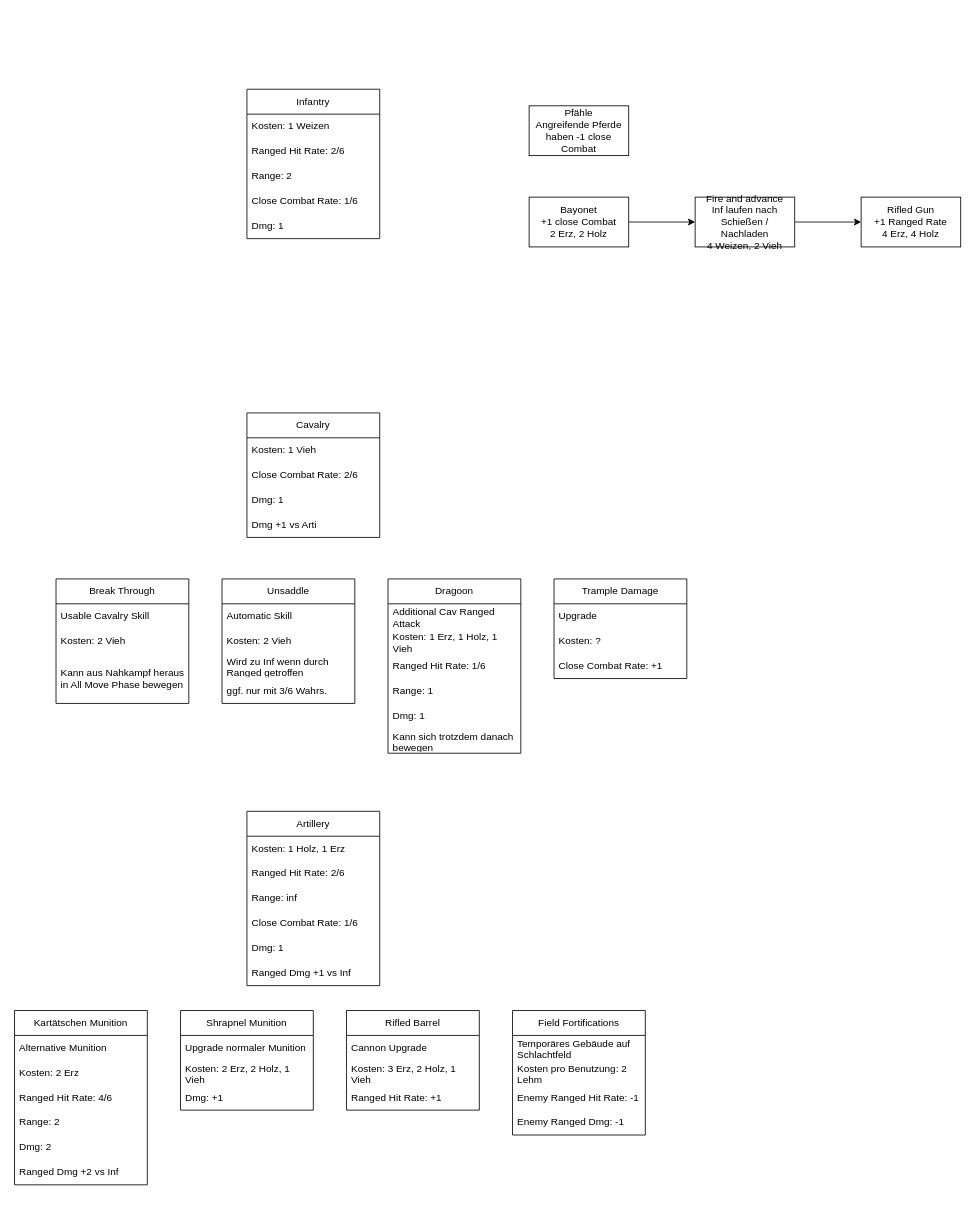
Alexandros444/Risk-of-Catan keeps this draw.io diagram as Technologies.drawio. Above is the earlier version. Source tidied: cells renumbered, new cells numbered last; positions are measured from the earlier drawing's top-left corner, leaving out a move shared by most shapes. Both pictures are drawn from the tidied source at 83%, with x=0, y=0 at pixel (14, 89).
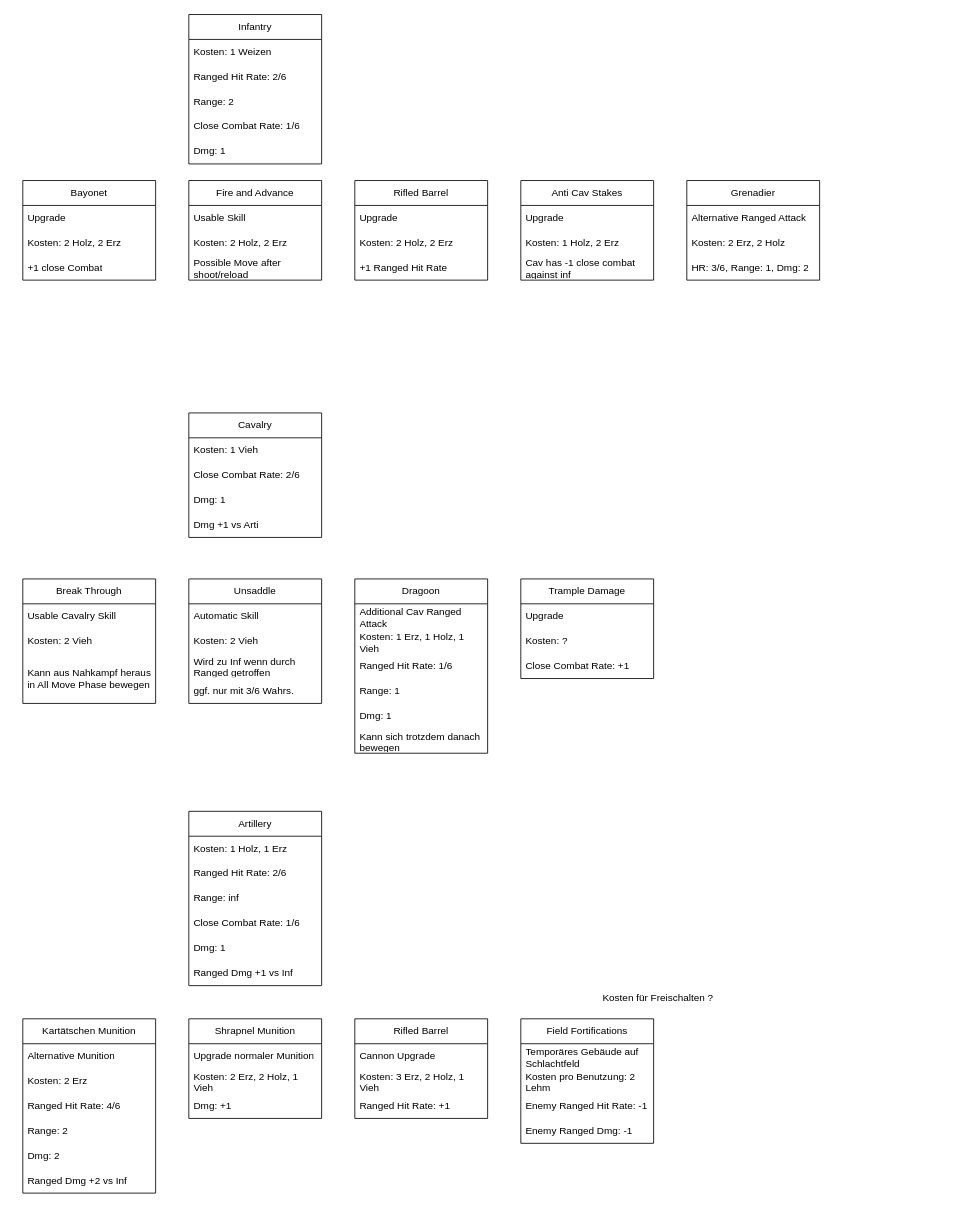
The same page after the edit.

The edit, as a diff of the source:
```diff
@@
-    <mxCell id="2" style="edgeStyle=orthogonalEdgeStyle;rounded=0;jettySize=auto;html=1;" parent="1" edge="1" source="3" target="5">
-      <mxGeometry relative="1" as="geometry" />
-    </mxCell>
-    <mxCell id="3" value="Bayonet&lt;br&gt;&lt;div&gt;+1 close Combat&lt;br&gt;2 Erz, 2 Holz&lt;/div&gt;" style="rounded=0;whiteSpace=wrap;html=1;" parent="1" vertex="1">
-      <mxGeometry x="620" y="130" width="120" height="60" as="geometry" />
-    </mxCell>
-    <mxCell id="4" style="edgeStyle=orthogonalEdgeStyle;rounded=0;jettySize=auto;html=1;" parent="1" edge="1" source="5" target="6">
-      <mxGeometry relative="1" as="geometry" />
-    </mxCell>
-    <mxCell id="5" value="Fire and advance&lt;br&gt;Inf laufen nach Schießen / Nachladen&lt;div&gt;4 Weizen, 2 Vieh&lt;/div&gt;" style="rounded=0;whiteSpace=wrap;html=1;" parent="1" vertex="1">
-      <mxGeometry x="820" y="130" width="120" height="60" as="geometry" />
-    </mxCell>
-    <mxCell id="6" value="Rifled Gun&lt;div&gt;+1 Ranged Rate&lt;br&gt;4 Erz, 4 Holz&lt;/div&gt;" style="rounded=0;whiteSpace=wrap;html=1;" parent="1" vertex="1">
-      <mxGeometry x="1020" y="130" width="120" height="60" as="geometry" />
-    </mxCell>
-    <mxCell id="7" value="Pfähle&lt;div&gt;Angreifende Pferde haben -1 close Combat&lt;/div&gt;" style="rounded=0;whiteSpace=wrap;html=1;" parent="1" vertex="1">
-      <mxGeometry x="620" y="20" width="120" height="60" as="geometry" />
-    </mxCell>
     <mxCell id="8" value="Infantry" style="swimlane;fontStyle=0;horizontal=1;startSize=30;whiteSpace=wrap;html=1;" parent="1" vertex="1">
-      <mxGeometry x="280" width="160" height="180" as="geometry" />
+      <mxGeometry x="210" y="-90" width="160" height="180" as="geometry" />
     </mxCell>
@@
     <mxCell id="14" value="Cavalry" style="swimlane;fontStyle=0;horizontal=1;startSize=30;whiteSpace=wrap;html=1;" parent="1" vertex="1">
-      <mxGeometry x="280" y="390" width="160" height="150" as="geometry" />
+      <mxGeometry x="210" y="390" width="160" height="150" as="geometry" />
     </mxCell>
@@
     <mxCell id="19" value="Artillery" style="swimlane;fontStyle=0;horizontal=1;startSize=30;whiteSpace=wrap;html=1;" parent="1" vertex="1">
-      <mxGeometry x="280" y="870" width="160" height="210" as="geometry" />
+      <mxGeometry x="210" y="870" width="160" height="210" as="geometry" />
     </mxCell>
@@
     <mxCell id="26" value="Kartätschen Munition" style="swimlane;fontStyle=0;horizontal=1;startSize=30;whiteSpace=wrap;html=1;" parent="1" vertex="1">
-      <mxGeometry y="1110" width="160" height="210" as="geometry" />
+      <mxGeometry x="10" y="1120" width="160" height="210" as="geometry" />
     </mxCell>
@@
     <mxCell id="33" value="Shrapnel Munition" style="swimlane;fontStyle=0;horizontal=1;startSize=30;whiteSpace=wrap;html=1;" parent="1" vertex="1">
-      <mxGeometry x="200" y="1110" width="160" height="120" as="geometry" />
+      <mxGeometry x="210" y="1120" width="160" height="120" as="geometry" />
     </mxCell>
@@
     <mxCell id="37" value="Rifled Barrel" style="swimlane;fontStyle=0;horizontal=1;startSize=30;whiteSpace=wrap;html=1;" parent="1" vertex="1">
-      <mxGeometry x="400" y="1110" width="160" height="120" as="geometry" />
+      <mxGeometry x="410" y="1120" width="160" height="120" as="geometry" />
     </mxCell>
@@
     <mxCell id="41" value="&lt;div&gt;&lt;span class=&quot;T286Pc&quot;&gt;&lt;span class=&quot;Yjhzub&quot;&gt;Field Fortifications&lt;/span&gt;&lt;/span&gt;&lt;br&gt;&lt;/div&gt;" style="swimlane;fontStyle=0;horizontal=1;startSize=30;whiteSpace=wrap;html=1;" parent="1" vertex="1">
-      <mxGeometry x="600" y="1110" width="160" height="150" as="geometry" />
+      <mxGeometry x="610" y="1120" width="160" height="150" as="geometry" />
     </mxCell>
@@
     <mxCell id="46" value="Break Through" style="swimlane;fontStyle=0;horizontal=1;startSize=30;whiteSpace=wrap;html=1;" parent="1" vertex="1">
-      <mxGeometry x="50" y="590" width="160" height="150" as="geometry" />
+      <mxGeometry x="10" y="590" width="160" height="150" as="geometry" />
     </mxCell>
@@
     <mxCell id="50" value="Unsaddle" style="swimlane;fontStyle=0;horizontal=1;startSize=30;whiteSpace=wrap;html=1;" parent="1" vertex="1">
-      <mxGeometry x="250" y="590" width="160" height="150" as="geometry" />
+      <mxGeometry x="210" y="590" width="160" height="150" as="geometry" />
     </mxCell>
@@
     <mxCell id="55" value="Dragoon" style="swimlane;fontStyle=0;horizontal=1;startSize=30;whiteSpace=wrap;html=1;" parent="1" vertex="1">
-      <mxGeometry x="450" y="590" width="160" height="210" as="geometry" />
+      <mxGeometry x="410" y="590" width="160" height="210" as="geometry" />
     </mxCell>
@@
     <mxCell id="62" value="Trample Damage" style="swimlane;fontStyle=0;horizontal=1;startSize=30;whiteSpace=wrap;html=1;" parent="1" vertex="1">
-      <mxGeometry x="650" y="590" width="160" height="120" as="geometry" />
+      <mxGeometry x="610" y="590" width="160" height="120" as="geometry" />
     </mxCell>
@@
+    <mxCell id="66" value="Bayonet" style="swimlane;fontStyle=0;horizontal=1;startSize=30;whiteSpace=wrap;html=1;" parent="1" vertex="1">
+      <mxGeometry x="10" y="110" width="160" height="120" as="geometry" />
+    </mxCell>
+    <mxCell id="67" value="Upgrade" style="text;strokeColor=none;fillColor=none;align=left;verticalAlign=middle;spacingLeft=4;spacingRight=4;overflow=hidden;whiteSpace=wrap;html=1;" parent="66" vertex="1">
+      <mxGeometry y="30" width="160" height="30" as="geometry" />
+    </mxCell>
+    <mxCell id="68" value="Kosten: 2 Holz, 2 Erz" style="text;strokeColor=none;fillColor=none;align=left;verticalAlign=middle;spacingLeft=4;spacingRight=4;overflow=hidden;whiteSpace=wrap;html=1;" parent="66" vertex="1">
+      <mxGeometry y="60" width="160" height="30" as="geometry" />
+    </mxCell>
+    <mxCell id="69" value="&lt;div style=&quot;&quot;&gt;&lt;font style=&quot;font-size: 12px;&quot;&gt;+1 close Combat&lt;/font&gt;&lt;/div&gt;" style="text;strokeColor=none;fillColor=none;align=left;verticalAlign=middle;spacingLeft=4;spacingRight=4;overflow=hidden;whiteSpace=wrap;html=1;" parent="66" vertex="1">
+      <mxGeometry y="90" width="160" height="30" as="geometry" />
+    </mxCell>
+    <mxCell id="70" value="Fire and Advance" style="swimlane;fontStyle=0;horizontal=1;startSize=30;whiteSpace=wrap;html=1;" parent="1" vertex="1">
+      <mxGeometry x="210" y="110" width="160" height="120" as="geometry" />
+    </mxCell>
+    <mxCell id="71" value="Usable Skill" style="text;strokeColor=none;fillColor=none;align=left;verticalAlign=middle;spacingLeft=4;spacingRight=4;overflow=hidden;whiteSpace=wrap;html=1;" parent="70" vertex="1">
+      <mxGeometry y="30" width="160" height="30" as="geometry" />
+    </mxCell>
+    <mxCell id="72" value="Kosten: 2 Holz, 2 Erz" style="text;strokeColor=none;fillColor=none;align=left;verticalAlign=middle;spacingLeft=4;spacingRight=4;overflow=hidden;whiteSpace=wrap;html=1;" parent="70" vertex="1">
+      <mxGeometry y="60" width="160" height="30" as="geometry" />
+    </mxCell>
+    <mxCell id="73" value="&lt;div style=&quot;&quot;&gt;Possible Move after shoot/reload&lt;/div&gt;" style="text;strokeColor=none;fillColor=none;align=left;verticalAlign=middle;spacingLeft=4;spacingRight=4;overflow=hidden;whiteSpace=wrap;html=1;" parent="70" vertex="1">
+      <mxGeometry y="90" width="160" height="30" as="geometry" />
+    </mxCell>
+    <mxCell id="74" value="Anti Cav Stakes" style="swimlane;fontStyle=0;horizontal=1;startSize=30;whiteSpace=wrap;html=1;" parent="1" vertex="1">
+      <mxGeometry x="610" y="110" width="160" height="120" as="geometry" />
+    </mxCell>
+    <mxCell id="75" value="Upgrade" style="text;strokeColor=none;fillColor=none;align=left;verticalAlign=middle;spacingLeft=4;spacingRight=4;overflow=hidden;whiteSpace=wrap;html=1;" parent="74" vertex="1">
+      <mxGeometry y="30" width="160" height="30" as="geometry" />
+    </mxCell>
+    <mxCell id="76" value="Kosten: 1 Holz, 2 Erz" style="text;strokeColor=none;fillColor=none;align=left;verticalAlign=middle;spacingLeft=4;spacingRight=4;overflow=hidden;whiteSpace=wrap;html=1;" parent="74" vertex="1">
+      <mxGeometry y="60" width="160" height="30" as="geometry" />
+    </mxCell>
+    <mxCell id="77" value="&lt;div style=&quot;&quot;&gt;&lt;font style=&quot;font-size: 12px;&quot;&gt;Cav has -1 close combat against inf&lt;/font&gt;&lt;/div&gt;" style="text;strokeColor=none;fillColor=none;align=left;verticalAlign=middle;spacingLeft=4;spacingRight=4;overflow=hidden;whiteSpace=wrap;html=1;" parent="74" vertex="1">
+      <mxGeometry y="90" width="160" height="30" as="geometry" />
+    </mxCell>
+    <mxCell id="78" value="Rifled Barrel" style="swimlane;fontStyle=0;horizontal=1;startSize=30;whiteSpace=wrap;html=1;" parent="1" vertex="1">
+      <mxGeometry x="410" y="110" width="160" height="120" as="geometry" />
+    </mxCell>
+    <mxCell id="79" value="Upgrade" style="text;strokeColor=none;fillColor=none;align=left;verticalAlign=middle;spacingLeft=4;spacingRight=4;overflow=hidden;whiteSpace=wrap;html=1;" parent="78" vertex="1">
+      <mxGeometry y="30" width="160" height="30" as="geometry" />
+    </mxCell>
+    <mxCell id="80" value="Kosten: 2 Holz, 2 Erz" style="text;strokeColor=none;fillColor=none;align=left;verticalAlign=middle;spacingLeft=4;spacingRight=4;overflow=hidden;whiteSpace=wrap;html=1;" parent="78" vertex="1">
+      <mxGeometry y="60" width="160" height="30" as="geometry" />
+    </mxCell>
+    <mxCell id="81" value="&lt;div style=&quot;&quot;&gt;&lt;font style=&quot;font-size: 12px;&quot;&gt;+1 Ranged Hit Rate&lt;/font&gt;&lt;/div&gt;" style="text;strokeColor=none;fillColor=none;align=left;verticalAlign=middle;spacingLeft=4;spacingRight=4;overflow=hidden;whiteSpace=wrap;html=1;" parent="78" vertex="1">
+      <mxGeometry y="90" width="160" height="30" as="geometry" />
+    </mxCell>
+    <mxCell id="82" value="Grenadier" style="swimlane;fontStyle=0;horizontal=1;startSize=30;whiteSpace=wrap;html=1;" parent="1" vertex="1">
+      <mxGeometry x="810" y="110" width="160" height="120" as="geometry" />
+    </mxCell>
+    <mxCell id="83" value="Alternative Ranged Attack" style="text;strokeColor=none;fillColor=none;align=left;verticalAlign=middle;spacingLeft=4;spacingRight=4;overflow=hidden;whiteSpace=wrap;html=1;" parent="82" vertex="1">
+      <mxGeometry y="30" width="160" height="30" as="geometry" />
+    </mxCell>
+    <mxCell id="84" value="Kosten: 2 Erz, 2 Holz" style="text;strokeColor=none;fillColor=none;align=left;verticalAlign=middle;spacingLeft=4;spacingRight=4;overflow=hidden;whiteSpace=wrap;html=1;" parent="82" vertex="1">
+      <mxGeometry y="60" width="160" height="30" as="geometry" />
+    </mxCell>
+    <mxCell id="85" value="&lt;div style=&quot;&quot;&gt;HR: 3/6, Range: 1, Dmg: 2&lt;/div&gt;" style="text;strokeColor=none;fillColor=none;align=left;verticalAlign=middle;spacingLeft=4;spacingRight=4;overflow=hidden;whiteSpace=wrap;html=1;" parent="82" vertex="1">
+      <mxGeometry y="90" width="160" height="30" as="geometry" />
+    </mxCell>
+    <mxCell id="86" value="Kosten für Freischalten ?" style="text;html=1;align=center;verticalAlign=middle;strokeColor=none;fillColor=none;" parent="1" vertex="1">
+      <mxGeometry x="695" y="1080" width="160" height="30" as="geometry" />
+    </mxCell>
```
